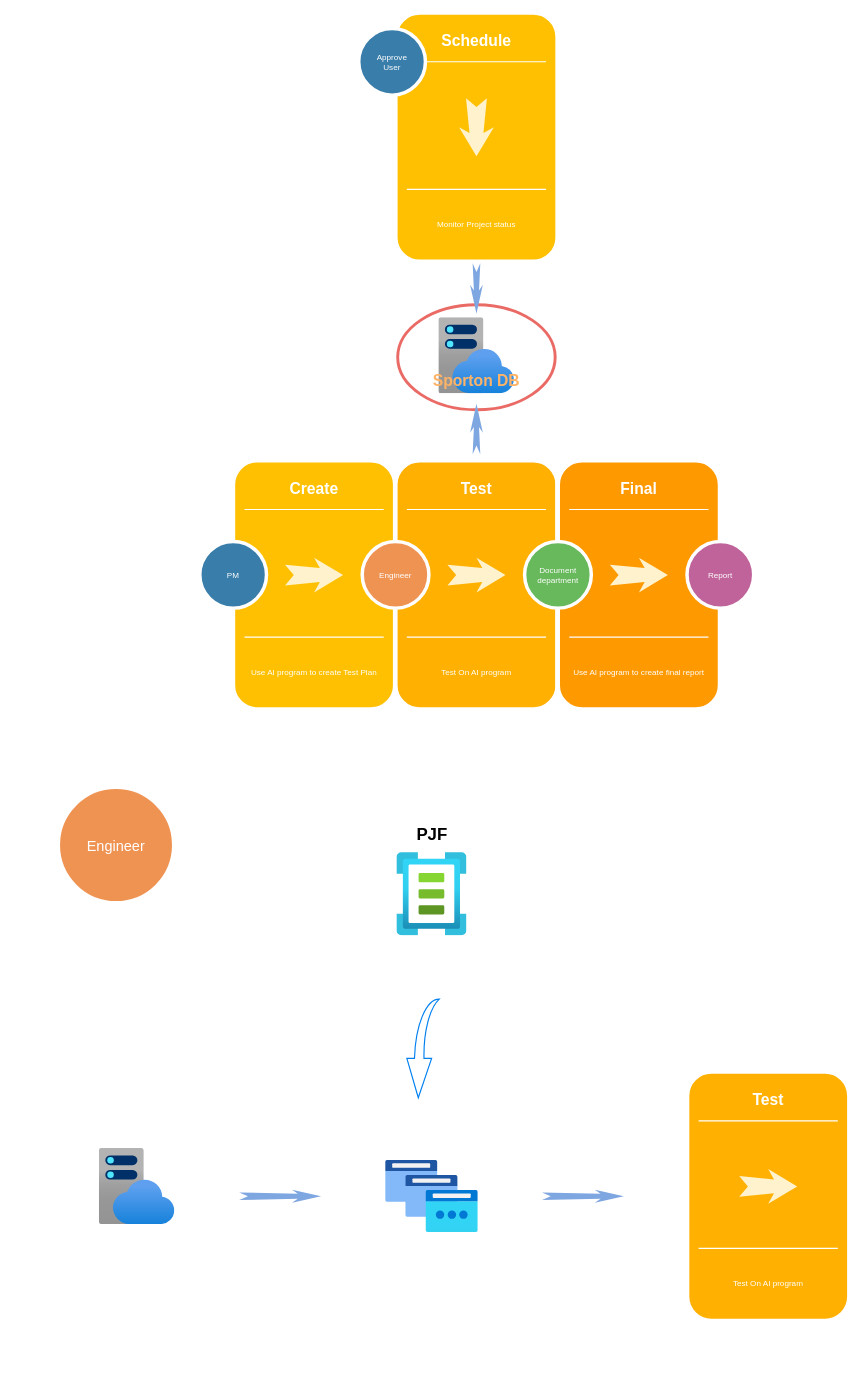
Earlier version of the draw.io diagram Untitled Diagram.drawio (KevinKuo2519/AI-Prpgram). Source tidied: cells renumbered, new cells numbered last; positions are measured from the earlier drawing's top-left corner, leaving out a move shared by most shapes. Both pictures are drawn from the tidied source at 58%, with x=0, y=0 at pixel (58, 12).
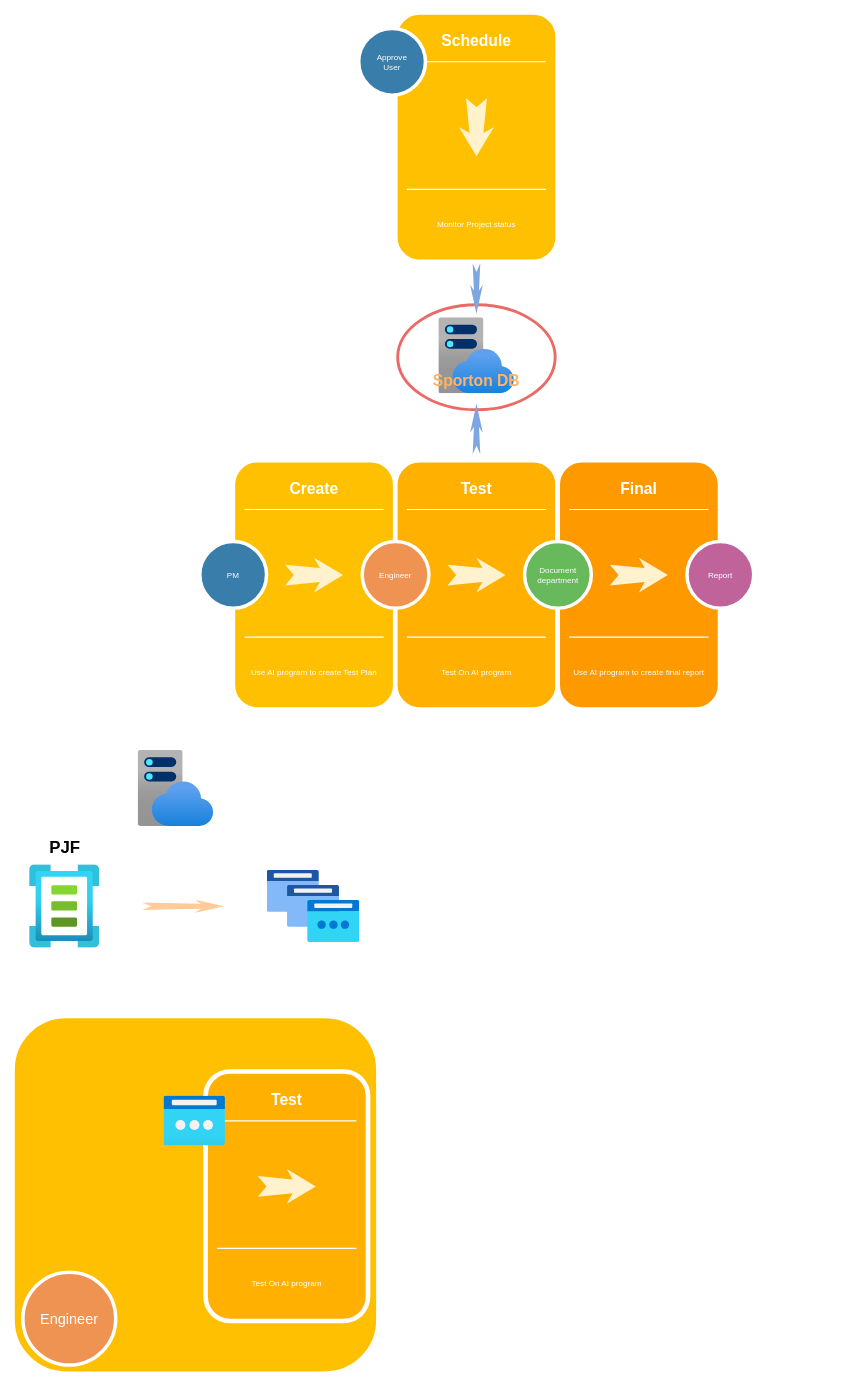
After the change.

Diff of the diagram source:
```diff
@@
+    <mxCell id="50" style="whiteSpace=wrap;html=1;rounded=1;shadow=0;strokeWidth=8;fontSize=20;align=center;fillColor=#FFC001;strokeColor=#FFFFFF;" parent="1" vertex="1">
+      <mxGeometry x="-79" y="1730" width="631" height="617" as="geometry" />
+    </mxCell>
@@
     <mxCell id="36" style="html=1;align=center;image;fontSize=12;image=img/lib/azure2/other/Template_Specs.svg;strokeColor=#EA6B66;strokeWidth=5;fillColor=none;" parent="1" vertex="1">
-      <mxGeometry x="583.5" y="1448" width="120.7" height="144" as="geometry" />
+      <mxGeometry x="-49.7" y="1469" width="120.7" height="144" as="geometry" />
     </mxCell>
     <mxCell id="37" value="&lt;font style=&quot;font-size: 29px;&quot;&gt;&lt;b&gt;PJF&lt;/b&gt;&lt;/font&gt;" style="text;html=1;align=center;verticalAlign=middle;strokeColor=none;fillColor=none;" parent="1" vertex="1">
-      <mxGeometry x="612.4" y="1406" width="63" height="24" as="geometry" />
+      <mxGeometry x="-20.8" y="1427" width="63" height="24" as="geometry" />
     </mxCell>
     <mxCell id="38" style="html=1;align=center;image;fontSize=12;image=img/lib/azure2/app_services/App_Service_Plans.svg;" parent="1" vertex="1">
-      <mxGeometry x="70" y="1958.5" width="131" height="131" as="geometry" />
+      <mxGeometry x="137" y="1272" width="131" height="131" as="geometry" />
     </mxCell>
-    <mxCell id="39" style="html=1;shadow=0;dashed=0;align=center;verticalAlign=middle;shape=mxgraph.arrows2.stylisedArrow;dy=0.6;dx=40;notch=15;feather=0.4;rounded=0;strokeWidth=1;fontSize=27;strokeColor=none;fillColor=#7EA6E0;rotation=0;" parent="1" vertex="1">
-      <mxGeometry x="312" y="2030" width="141" height="22" as="geometry" />
-    </mxCell>
     <mxCell id="40" style="whiteSpace=wrap;html=1;rounded=1;shadow=0;strokeWidth=8;fontSize=20;align=center;fillColor=#FFB001;strokeColor=#FFFFFF;" parent="1" vertex="1">
-      <mxGeometry x="1084" y="1826" width="280" height="430" as="geometry" />
+      <mxGeometry x="254" y="1826" width="280" height="430" as="geometry" />
     </mxCell>
     <mxCell id="41" value="Test" style="text;html=1;strokeColor=none;fillColor=none;align=center;verticalAlign=middle;whiteSpace=wrap;rounded=0;shadow=0;fontSize=27;fontColor=#FFFFFF;fontStyle=1;" parent="1" vertex="1">
-      <mxGeometry x="1084" y="1846" width="280" height="60" as="geometry" />
+      <mxGeometry x="254" y="1846" width="280" height="60" as="geometry" />
     </mxCell>
     <mxCell id="42" value="Test On AI program" style="text;html=1;strokeColor=none;fillColor=none;align=center;verticalAlign=middle;whiteSpace=wrap;rounded=0;shadow=0;fontSize=14;fontColor=#FFFFFF;" parent="1" vertex="1">
-      <mxGeometry x="1084" y="2146" width="280" height="90" as="geometry" />
+      <mxGeometry x="254" y="2146" width="280" height="90" as="geometry" />
     </mxCell>
     <mxCell id="43" style="line;strokeWidth=2;html=1;rounded=0;shadow=0;fontSize=27;align=center;fillColor=none;strokeColor=#FFFFFF;" parent="1" vertex="1">
-      <mxGeometry x="1104" y="1906" width="240" height="10" as="geometry" />
+      <mxGeometry x="274" y="1906" width="240" height="10" as="geometry" />
     </mxCell>
     <mxCell id="44" style="line;strokeWidth=2;html=1;rounded=0;shadow=0;fontSize=27;align=center;fillColor=none;strokeColor=#FFFFFF;" parent="1" vertex="1">
-      <mxGeometry x="1104" y="2126" width="240" height="10" as="geometry" />
+      <mxGeometry x="274" y="2126" width="240" height="10" as="geometry" />
     </mxCell>
     <mxCell id="45" style="html=1;shadow=0;dashed=0;align=center;verticalAlign=middle;shape=mxgraph.arrows2.stylisedArrow;dy=0.6;dx=40;notch=15;feather=0.4;rounded=0;strokeWidth=1;fontSize=27;strokeColor=none;fillColor=#fff2cc;" parent="1" vertex="1">
-      <mxGeometry x="1174" y="1994" width="100" height="60" as="geometry" />
+      <mxGeometry x="344" y="1994" width="100" height="60" as="geometry" />
     </mxCell>
-    <mxCell id="46" style="html=1;shadow=0;dashed=0;align=center;verticalAlign=middle;shape=mxgraph.arrows2.stylisedArrow;dy=0.6;dx=40;notch=15;feather=0.4;rounded=0;strokeWidth=1;fontSize=27;strokeColor=none;fillColor=#7EA6E0;rotation=0;" parent="1" vertex="1">
-      <mxGeometry x="834" y="2030" width="141" height="22" as="geometry" />
-    </mxCell>
     <mxCell id="47" value="&lt;font style=&quot;font-size: 25px;&quot;&gt;Engineer&lt;/font&gt;" style="ellipse;whiteSpace=wrap;html=1;rounded=0;shadow=0;strokeWidth=6;fontSize=14;align=center;fillColor=#EF9353;strokeColor=#FFFFFF;fontColor=#FFFFFF;" parent="1" vertex="1">
-      <mxGeometry y="1336" width="199" height="199" as="geometry" />
+      <mxGeometry x="-61" y="2172" width="160" height="160" as="geometry" />
     </mxCell>
     <mxCell id="48" style="html=1;align=center;image;fontSize=12;image=img/lib/azure2/networking/IP_Groups.svg;fontColor=#000000;strokeColor=#EA6B66;strokeWidth=5;fillColor=none;" parent="1" vertex="1">
-      <mxGeometry x="564" y="1979" width="159.8" height="124" as="geometry" />
+      <mxGeometry x="359.8" y="1479" width="159.8" height="124" as="geometry" />
     </mxCell>
-    <mxCell id="49" style="html=1;verticalLabelPosition=bottom;align=center;labelBackgroundColor=#ffffff;verticalAlign=top;strokeWidth=2;strokeColor=#0080F0;shadow=0;dashed=0;shape=mxgraph.ios7.icons.back;fontSize=25;fontColor=#000000;fillColor=none;direction=north;" parent="1" vertex="1">
-      <mxGeometry x="601" y="1701" width="55.8" height="170.2" as="geometry" />
-    </mxCell>
+    <mxCell id="51" style="html=1;align=center;image;fontSize=12;image=img/lib/azure2/networking/Public_IP_Addresses_Classic.svg;fontColor=#000000;strokeColor=#EA6B66;strokeWidth=5;fillColor=none;" parent="1" vertex="1">
+      <mxGeometry x="182" y="1868" width="105.8" height="86" as="geometry" />
+    </mxCell>
+    <mxCell id="52" style="html=1;shadow=0;dashed=0;align=center;verticalAlign=middle;shape=mxgraph.arrows2.stylisedArrow;dy=0.6;dx=40;notch=15;feather=0.4;rounded=0;strokeWidth=1;fontSize=27;strokeColor=none;fillColor=#FFCC99;rotation=0;" parent="1" vertex="1">
+      <mxGeometry x="144.8" y="1530" width="141" height="22" as="geometry" />
+    </mxCell>
```
